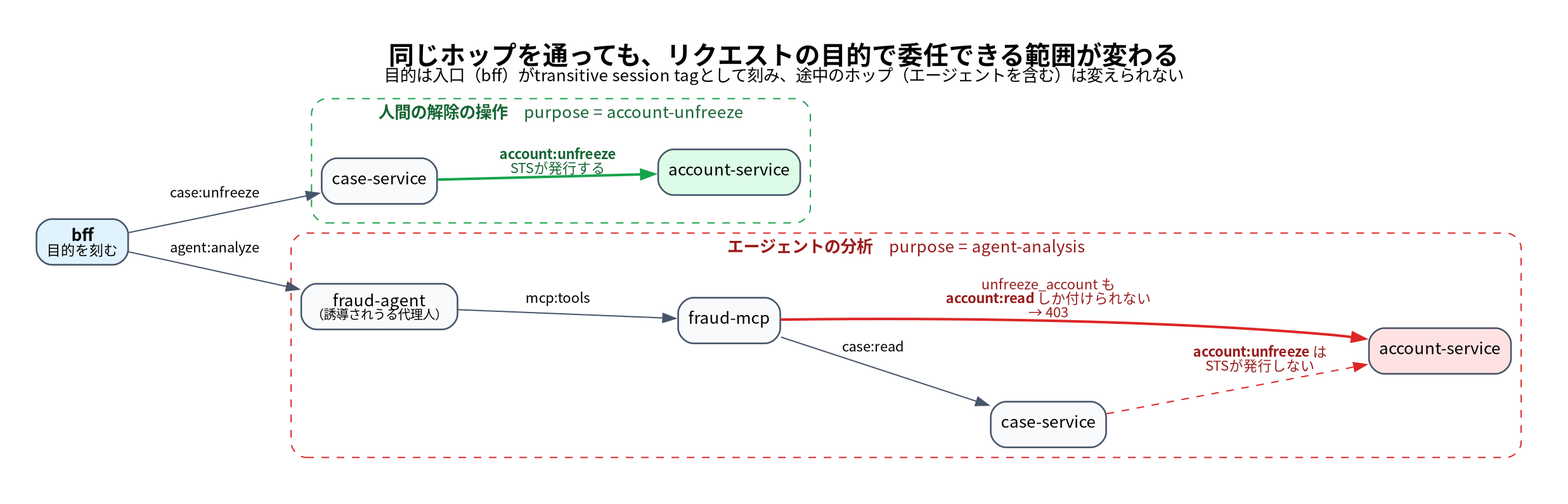
This is drafts/images/02-purpose-paths.png from mahitotsu/gekko_08, a Graphviz export, as it was before one commit. Its source is kept beside it as drafts/images/02-purpose-paths.dot.
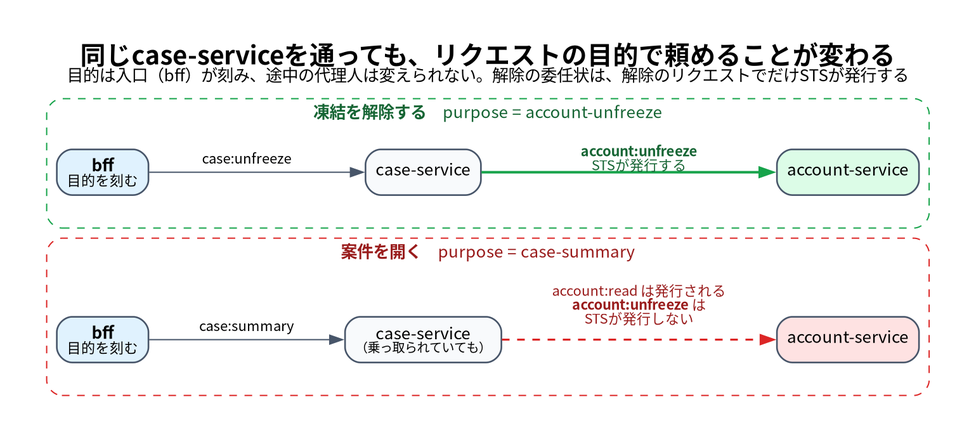
The same file after the commit.

The edit, as a diff of the source:
```diff
@@ -1,29 +1,24 @@
 digraph G {
-  graph [fontname="Noto Sans CJK JP", bgcolor="white", pad="0.4", rankdir=LR, nodesep="0.45", ranksep="0.9", fontsize=20, labelloc=t,
-         label=<<b>同じホップを通っても、リクエストの目的で委任できる範囲が変わる</b><br/><font point-size="13">目的は入口（bff）がtransitive session tagとして刻み、途中のホップ（エージェントを含む）は変えられない</font>>];
+  graph [fontname="Noto Sans CJK JP", bgcolor="white", pad="0.4", rankdir=LR, nodesep="0.5", ranksep="1.1", fontsize=20, labelloc=t,
+         label=<<b>同じcase-serviceを通っても、リクエストの目的で頼めることが変わる</b><br/><font point-size="13">目的は入口（bff）が刻み、途中の代理人は変えられない。解除の委任状は、解除のリクエストでだけSTSが発行する</font>>];
   node [fontname="Noto Sans CJK JP", fontsize=13, shape=box, style="rounded,filled", fillcolor="#f8fafc", color="#475569", penwidth=1.3];
   edge [fontname="Noto Sans CJK JP", fontsize=11, color="#475569"];
 
-  bff [label=<<b>bff</b><br/><font point-size="11">目的を刻む</font>>, fillcolor="#e0f2fe"];
-
-  subgraph cluster_h {
-    label=<<b>人間の解除の操作</b>　purpose = account-unfreeze>; fontsize=13; style="rounded,dashed"; color="#16a34a"; fontcolor="#166534";
-    case1 [label="case-service"];
-    acct1 [label="account-service", fillcolor="#dcfce7"];
+  subgraph cluster_s {
+    label=<<b>案件を開く</b>　purpose = case-summary>; fontsize=13; style="rounded,dashed"; color="#dc2626"; fontcolor="#991b1b";
+    bff1 [label=<<b>bff</b><br/><font point-size="11">目的を刻む</font>>, fillcolor="#e0f2fe"];
+    case1 [label=<case-service<br/><font point-size="10">（乗っ取られていても）</font>>];
+    acct1 [label="account-service", fillcolor="#fee2e2"];
   }
-  subgraph cluster_a {
-    label=<<b>エージェントの分析</b>　purpose = agent-analysis>; fontsize=13; style="rounded,dashed"; color="#dc2626"; fontcolor="#991b1b";
-    agent [label=<fraud-agent<br/><font point-size="10">（誘導されうる代理人）</font>>];
-    mcp [label="fraud-mcp"];
+  subgraph cluster_u {
+    label=<<b>凍結を解除する</b>　purpose = account-unfreeze>; fontsize=13; style="rounded,dashed"; color="#16a34a"; fontcolor="#166534";
+    bff2 [label=<<b>bff</b><br/><font point-size="11">目的を刻む</font>>, fillcolor="#e0f2fe"];
     case2 [label="case-service"];
-    acct2 [label="account-service", fillcolor="#fee2e2"];
+    acct2 [label="account-service", fillcolor="#dcfce7"];
   }
 
-  bff -> case1 [label="case:unfreeze"];
-  case1 -> acct1 [label=<<b>account:unfreeze</b><br/>STSが発行する>, color="#16a34a", fontcolor="#166534", penwidth=2];
-  bff -> agent [label="agent:analyze"];
-  agent -> mcp [label="mcp:tools"];
-  mcp -> acct2 [label=<unfreeze_account も<br/><b>account:read</b> しか付けられない<br/>→ 403>, color="#dc2626", fontcolor="#991b1b", penwidth=2];
-  mcp -> case2 [label="case:read"];
-  case2 -> acct2 [label=<<b>account:unfreeze</b> は<br/>STSが発行しない>, style=dashed, color="#dc2626", fontcolor="#991b1b"];
+  bff1 -> case1 [label="case:summary"];
+  case1 -> acct1 [label=<account:read は発行される<br/><b>account:unfreeze</b> は<br/>STSが発行しない<br/> >, style=dashed, color="#dc2626", fontcolor="#991b1b", penwidth=1.6];
+  bff2 -> case2 [label="case:unfreeze"];
+  case2 -> acct2 [label=<<b>account:unfreeze</b><br/>STSが発行する>, color="#16a34a", fontcolor="#166534", penwidth=2];
 }
```
